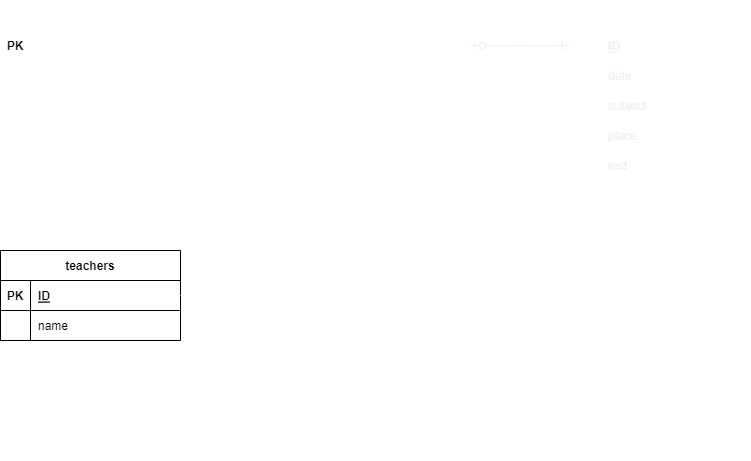
Rank09/20220602 keeps this draw.io diagram as .drawio.png. Above is the earlier version. Source tidied: cells renumbered, new cells last; positions are measured from the earlier drawing's top-left corner, leaving out a move shared by most shapes.
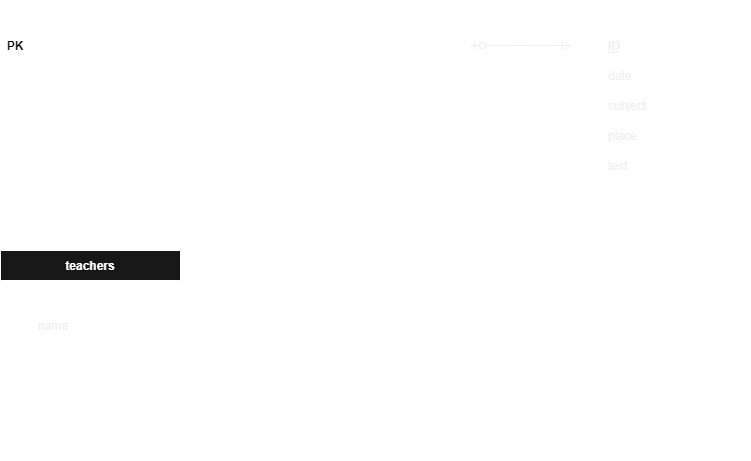
Above is the later version.

The edit, as a diff of the source:
```diff
@@ -187,25 +187,25 @@
         <mxPoint x="670" y="180" as="targetPoint" />
       </mxGeometry>
     </mxCell>
-    <mxCell id="62" value="teachers" style="shape=table;startSize=30;rowLines=0;fontStyle=1;align=center;" parent="1" vertex="1">
+    <mxCell id="62" value="teachers" style="shape=table;startSize=30;rowLines=0;fontStyle=1;align=center;fillColor=#171717;fontColor=#FFFFFF;strokeColor=#FFFFFF;" parent="1" vertex="1">
       <mxGeometry y="250" width="180" height="90" as="geometry" />
     </mxCell>
-    <mxCell id="63" style="shape=partialRectangle;fillColor=none;top=0;left=0;bottom=1;right=0;points=[[0,0.5],[1,0.5]];portConstraint=eastwest;" parent="62" vertex="1">
+    <mxCell id="63" style="shape=partialRectangle;fillColor=none;top=0;left=0;bottom=1;right=0;points=[[0,0.5],[1,0.5]];portConstraint=eastwest;strokeColor=#FFFFFF;" parent="62" vertex="1">
       <mxGeometry y="30" width="180" height="30" as="geometry" />
     </mxCell>
-    <mxCell id="64" value="PK" style="shape=partialRectangle;fillColor=none;top=0;left=0;bottom=0;right=0;fontStyle=1;overflow=hidden;" parent="63" vertex="1">
+    <mxCell id="64" value="PK" style="shape=partialRectangle;fillColor=none;top=0;left=0;bottom=0;right=0;fontStyle=1;overflow=hidden;fontColor=#FFFFFF;strokeColor=#FFFFFF;" parent="63" vertex="1">
       <mxGeometry width="30" height="30" as="geometry" />
     </mxCell>
-    <mxCell id="65" value="ID" style="shape=partialRectangle;fillColor=none;top=0;left=0;bottom=0;right=0;align=left;spacingLeft=6;fontStyle=5;overflow=hidden;" parent="63" vertex="1">
+    <mxCell id="65" value="ID" style="shape=partialRectangle;fillColor=none;top=0;left=0;bottom=0;right=0;align=left;spacingLeft=6;fontStyle=5;overflow=hidden;strokeColor=#FFFFFF;fontColor=#FFFFFF;" parent="63" vertex="1">
       <mxGeometry x="30" width="150" height="30" as="geometry" />
     </mxCell>
-    <mxCell id="66" style="shape=partialRectangle;fillColor=none;top=0;left=0;bottom=0;right=0;" parent="62" vertex="1">
+    <mxCell id="66" style="shape=partialRectangle;fillColor=none;top=0;left=0;bottom=0;right=0;fontColor=default;strokeColor=#FFFFFF;" parent="62" vertex="1">
       <mxGeometry y="60" width="180" height="30" as="geometry" />
     </mxCell>
-    <mxCell id="67" style="shape=partialRectangle;fillColor=none;top=0;left=0;bottom=0;right=0;overflow=hidden;" parent="66" vertex="1">
+    <mxCell id="67" style="shape=partialRectangle;fillColor=none;top=0;left=0;bottom=0;right=0;overflow=hidden;strokeColor=#FFFFFF;" parent="66" vertex="1">
       <mxGeometry width="30" height="30" as="geometry" />
     </mxCell>
-    <mxCell id="68" value="name" style="shape=partialRectangle;fillColor=none;top=0;left=0;bottom=0;right=0;align=left;spacingLeft=6;overflow=hidden;" parent="66" vertex="1">
+    <mxCell id="68" value="name" style="shape=partialRectangle;fillColor=none;top=0;left=0;bottom=0;right=0;align=left;spacingLeft=6;overflow=hidden;fontColor=#F0F0F0;strokeColor=#FFFFFF;" parent="66" vertex="1">
       <mxGeometry x="30" width="150" height="30" as="geometry" />
     </mxCell>
     <mxCell id="69" style="edgeStyle=entityRelationEdgeStyle;fontSize=12;html=1;endArrow=ERoneToMany;startArrow=ERmandOne;strokeColor=#FFFFFF;exitX=1;exitY=0.5;exitDx=0;exitDy=0;entryX=0;entryY=0.5;entryDx=0;entryDy=0;" parent="1" edge="1" source="63" target="41">
```
